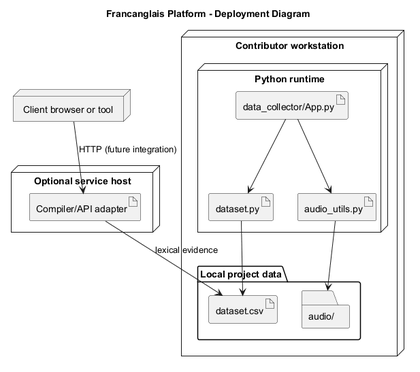
Suraku237/francanglaiscompiler keeps this PlantUML diagram as docs/diagrams/deployment.png. Above is the earlier version.
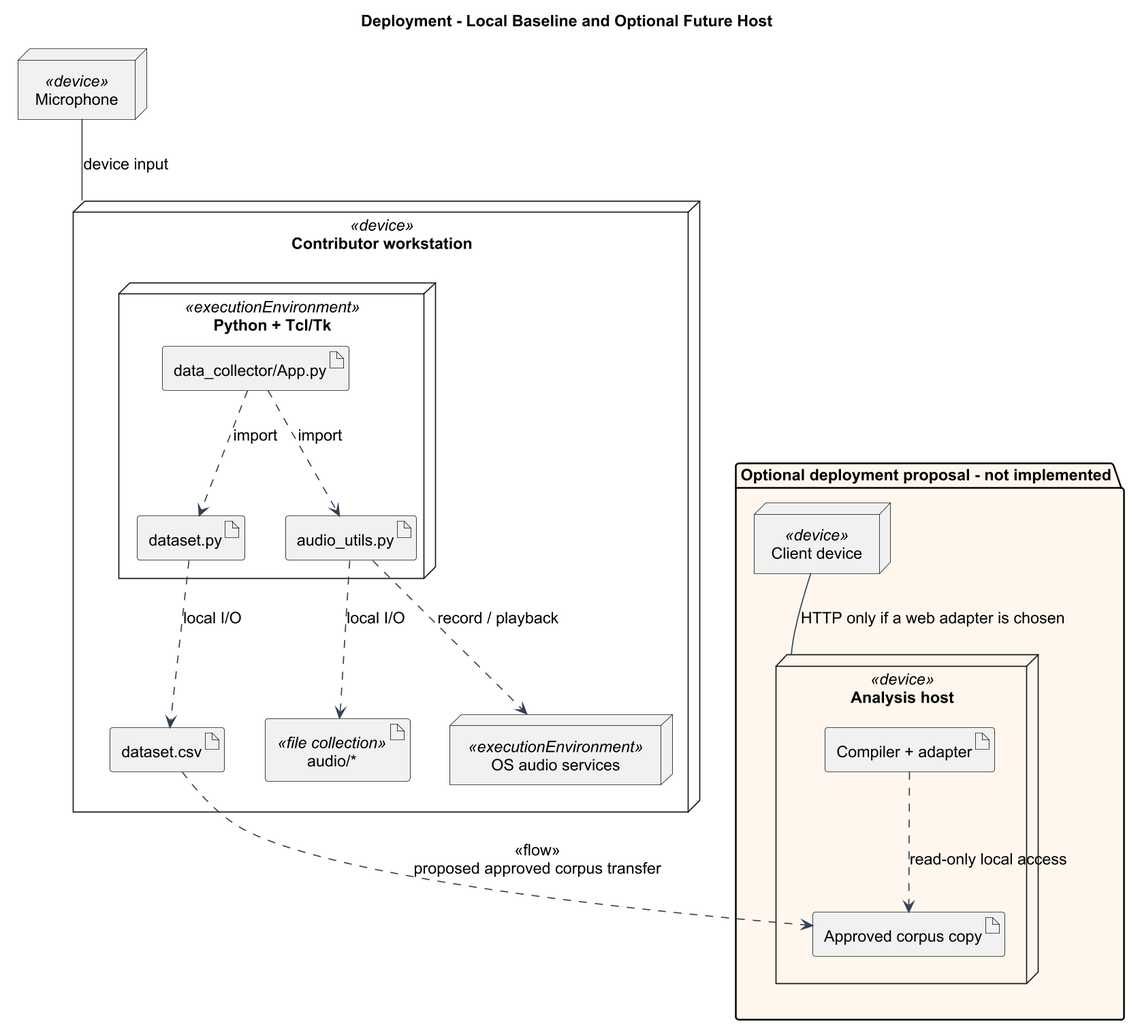
Later version of the same file.

What changed in the source:
```diff
@@ -1,25 +1,32 @@
 @startuml
-title Francanglais Platform - Deployment Diagram
-node "Contributor workstation" as workstation {
-  node "Python runtime" as python {
+!include theme.iuml
+title Deployment - Local Baseline and Optional Future Host
+node "Contributor workstation" as workstation <<device>> {
+  node "Python + Tcl/Tk" as python <<executionEnvironment>> {
     artifact "data_collector/App.py" as app
     artifact "dataset.py" as dataset
     artifact "audio_utils.py" as audio
   }
-  folder "Local project data" as data {
-    artifact "dataset.csv" as csv
-    folder "audio/" as audiodir
+  artifact "dataset.csv" as csv
+  artifact "audio/*" as audiodir <<file collection>>
+  node "OS audio services" as os <<executionEnvironment>>
+}
+node "Microphone" as mic <<device>>
+package "Optional deployment proposal - not implemented" #FFF7ED {
+  node "Analysis host" as host <<device>> {
+    artifact "Compiler + adapter" as api
+    artifact "Approved corpus copy" as snapshot
   }
+  node "Client device" as browser <<device>>
+  browser -- host : HTTP only if a web adapter is chosen
+  api ..> snapshot : read-only local access
 }
-node "Optional service host" as host {
-  artifact "Compiler/API adapter" as api
-}
-node "Client browser or tool" as browser
 
-app --> dataset
-app --> audio
-dataset --> csv
-audio --> audiodir
-browser --> api : HTTP (future integration)
-api --> csv : lexical evidence
+app ..> dataset : import
+app ..> audio : import
+dataset ..> csv : local I/O
+audio ..> audiodir : local I/O
+audio ..> os : record / playback
+mic -- workstation : device input
+csv ..> snapshot : <<flow>>\nproposed approved corpus transfer
 @enduml
```
